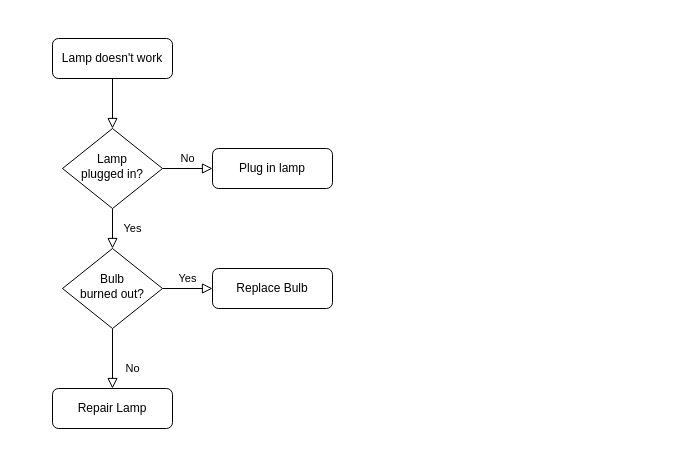
Earlier version of the draw.io diagram documents/Untitled Diagram.drawio (DSSGxUK/bmwi). Source tidied: cells renumbered, new cells numbered last; positions are measured from the earlier drawing's top-left corner, leaving out a move shared by most shapes. Both pictures are drawn from the tidied source at 100%, with x=0, y=0 at pixel (52, 38).
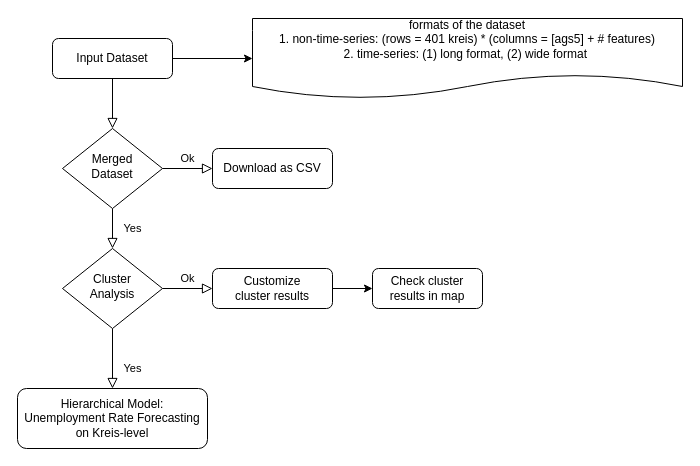
After the change.

What changed in the source:
```diff
@@
 <mxGraphModel>
   <root>
     <mxCell id="0" />
     <mxCell id="1" parent="0" />
     <mxCell id="2" style="rounded=0;html=1;jettySize=auto;fontSize=11;endArrow=block;endFill=0;endSize=8;strokeWidth=1;shadow=0;labelBackgroundColor=none;edgeStyle=orthogonalEdgeStyle;" parent="1" edge="1" source="3" target="6">
       <mxGeometry relative="1" as="geometry" />
     </mxCell>
+    <mxCell id="13" style="edgeStyle=orthogonalEdgeStyle;rounded=0;jettySize=auto;html=1;" parent="1" edge="1" source="3" target="15">
+      <mxGeometry relative="1" as="geometry" />
+    </mxCell>
-    <mxCell id="3" value="Lamp doesn't work" style="rounded=1;whiteSpace=wrap;html=1;fontSize=12;glass=0;strokeWidth=1;shadow=0;" parent="1" vertex="1">
+    <mxCell id="3" value="Input Dataset" style="rounded=1;whiteSpace=wrap;html=1;fontSize=12;glass=0;strokeWidth=1;shadow=0;" parent="1" vertex="1">
       <mxGeometry width="120" height="40" as="geometry" />
     </mxCell>
     <mxCell id="4" value="Yes" style="rounded=0;html=1;jettySize=auto;fontSize=11;endArrow=block;endFill=0;endSize=8;strokeWidth=1;shadow=0;labelBackgroundColor=none;edgeStyle=orthogonalEdgeStyle;" parent="1" edge="1" source="6" target="10">
       <mxGeometry y="20" relative="1" as="geometry" />
     </mxCell>
-    <mxCell id="5" value="No" style="edgeStyle=orthogonalEdgeStyle;rounded=0;html=1;jettySize=auto;fontSize=11;endArrow=block;endFill=0;endSize=8;strokeWidth=1;shadow=0;labelBackgroundColor=none;" parent="1" edge="1" source="6" target="7">
+    <mxCell id="5" value="Ok" style="edgeStyle=orthogonalEdgeStyle;rounded=0;html=1;jettySize=auto;fontSize=11;endArrow=block;endFill=0;endSize=8;strokeWidth=1;shadow=0;labelBackgroundColor=none;" parent="1" edge="1" source="6" target="7">
       <mxGeometry y="10" relative="1" as="geometry" />
     </mxCell>
-    <mxCell id="6" value="Lamp&lt;br&gt;plugged in?" style="rhombus;whiteSpace=wrap;html=1;shadow=0;fontFamily=Helvetica;fontSize=12;align=center;strokeWidth=1;spacing=6;spacingTop=-4;" parent="1" vertex="1">
+    <mxCell id="6" value="Merged&lt;br&gt;Dataset" style="rhombus;whiteSpace=wrap;html=1;shadow=0;fontFamily=Helvetica;fontSize=12;align=center;strokeWidth=1;spacing=6;spacingTop=-4;" parent="1" vertex="1">
       <mxGeometry x="10" y="90" width="100" height="80" as="geometry" />
     </mxCell>
-    <mxCell id="7" value="Plug in lamp" style="rounded=1;whiteSpace=wrap;html=1;fontSize=12;glass=0;strokeWidth=1;shadow=0;" parent="1" vertex="1">
+    <mxCell id="7" value="Download as CSV" style="rounded=1;whiteSpace=wrap;html=1;fontSize=12;glass=0;strokeWidth=1;shadow=0;" parent="1" vertex="1">
       <mxGeometry x="160" y="110" width="120" height="40" as="geometry" />
     </mxCell>
-    <mxCell id="8" value="No" style="rounded=0;html=1;jettySize=auto;fontSize=11;endArrow=block;endFill=0;endSize=8;strokeWidth=1;shadow=0;labelBackgroundColor=none;edgeStyle=orthogonalEdgeStyle;" parent="1" edge="1" source="10" target="11">
+    <mxCell id="8" value="Yes" style="rounded=0;html=1;jettySize=auto;fontSize=11;endArrow=block;endFill=0;endSize=8;strokeWidth=1;shadow=0;labelBackgroundColor=none;edgeStyle=orthogonalEdgeStyle;" parent="1" edge="1" source="10" target="11">
       <mxGeometry x="0.33" y="20" relative="1" as="geometry" />
     </mxCell>
-    <mxCell id="9" value="Yes" style="edgeStyle=orthogonalEdgeStyle;rounded=0;html=1;jettySize=auto;fontSize=11;endArrow=block;endFill=0;endSize=8;strokeWidth=1;shadow=0;labelBackgroundColor=none;" parent="1" edge="1" source="10" target="12">
+    <mxCell id="9" value="Ok" style="edgeStyle=orthogonalEdgeStyle;rounded=0;html=1;jettySize=auto;fontSize=11;endArrow=block;endFill=0;endSize=8;strokeWidth=1;shadow=0;labelBackgroundColor=none;" parent="1" edge="1" source="10" target="12">
       <mxGeometry y="10" relative="1" as="geometry" />
     </mxCell>
-    <mxCell id="10" value="Bulb&lt;br&gt;burned out?" style="rhombus;whiteSpace=wrap;html=1;shadow=0;fontFamily=Helvetica;fontSize=12;align=center;strokeWidth=1;spacing=6;spacingTop=-4;" parent="1" vertex="1">
+    <mxCell id="10" value="Cluster&lt;br&gt;Analysis" style="rhombus;whiteSpace=wrap;html=1;shadow=0;fontFamily=Helvetica;fontSize=12;align=center;strokeWidth=1;spacing=6;spacingTop=-4;" parent="1" vertex="1">
       <mxGeometry x="10" y="210" width="100" height="80" as="geometry" />
     </mxCell>
-    <mxCell id="11" value="Repair Lamp" style="rounded=1;whiteSpace=wrap;html=1;fontSize=12;glass=0;strokeWidth=1;shadow=0;" parent="1" vertex="1">
-      <mxGeometry y="350" width="120" height="40" as="geometry" />
+    <mxCell id="11" value="Hierarchical Model:&lt;br&gt;Unemployment Rate Forecasting&lt;br&gt;on Kreis-level" style="rounded=1;whiteSpace=wrap;html=1;fontSize=12;glass=0;strokeWidth=1;shadow=0;" parent="1" vertex="1">
+      <mxGeometry x="-35" y="350" width="190" height="60" as="geometry" />
     </mxCell>
+    <mxCell id="14" style="edgeStyle=orthogonalEdgeStyle;rounded=0;jettySize=auto;html=1;" parent="1" edge="1" source="12" target="16">
+      <mxGeometry relative="1" as="geometry" />
+    </mxCell>
-    <mxCell id="12" value="Replace Bulb" style="rounded=1;whiteSpace=wrap;html=1;fontSize=12;glass=0;strokeWidth=1;shadow=0;" parent="1" vertex="1">
+    <mxCell id="12" value="Customize &lt;br&gt;cluster results" style="rounded=1;whiteSpace=wrap;html=1;fontSize=12;glass=0;strokeWidth=1;shadow=0;" parent="1" vertex="1">
       <mxGeometry x="160" y="230" width="120" height="40" as="geometry" />
     </mxCell>
+    <mxCell id="15" value="formats of the dataset&lt;br&gt;1. non-time-series: (rows = 401 kreis) * (columns = [ags5] + # features)&lt;br&gt;2. time-series: (1) long format, (2) wide format&amp;nbsp;&lt;br&gt;&amp;nbsp;" style="shape=document;whiteSpace=wrap;html=1;boundedLbl=1;rounded=1;shadow=0;strokeWidth=1;glass=0;" parent="1" vertex="1">
+      <mxGeometry x="200" y="-20" width="430" height="80" as="geometry" />
+    </mxCell>
+    <mxCell id="16" value="Check cluster results in map" style="whiteSpace=wrap;html=1;rounded=1;shadow=0;strokeWidth=1;glass=0;" parent="1" vertex="1">
+      <mxGeometry x="320" y="230" width="110" height="40" as="geometry" />
+    </mxCell>
   </root>
 </mxGraphModel>
```
